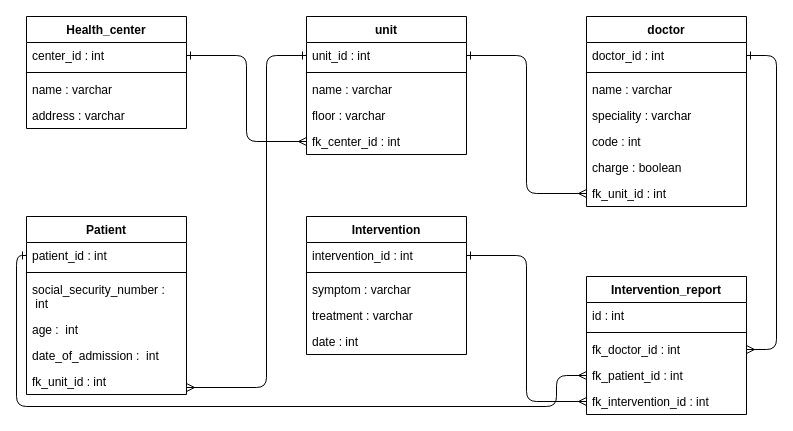
Before: page "Page-2" (2 of 2) of hospital.drawio in BarnoMamadzhanova/DB_Day1, a draw.io diagram. Source tidied: cells renumbered, new cells numbered last; positions are measured from the earlier drawing's top-left corner, leaving out a move shared by most shapes. Both pictures are drawn from the tidied source at 100%, with x=0, y=0 at pixel (16, 16).
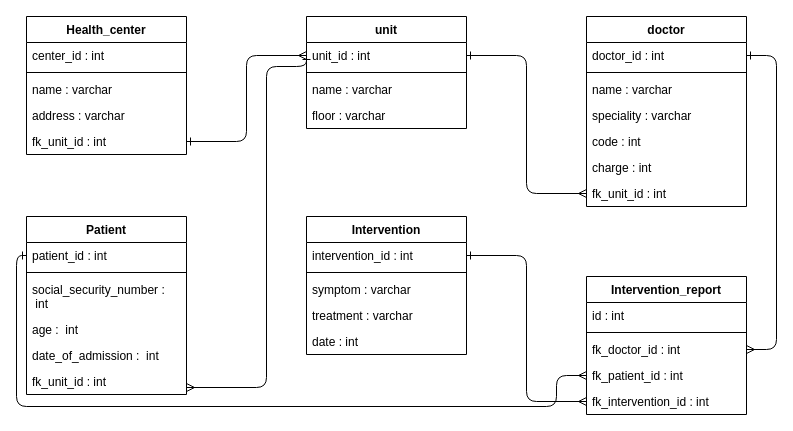
Above is the later version.

The change refers to these unchanged cells:
```xml
<mxCell id="3" value="center_id : int" style="text;strokeColor=none;fillColor=none;align=left;verticalAlign=top;spacingLeft=4;spacingRight=4;overflow=hidden;points=[[0,0.5],[1,0.5]];portConstraint=eastwest;" parent="2" vertex="1">
  <mxGeometry y="26" width="160" height="26" as="geometry" />
</mxCell>
<mxCell id="20" value="doctor" style="swimlane;fontStyle=1;align=center;verticalAlign=top;horizontal=1;startSize=26;" parent="1" vertex="1">
  <mxGeometry x="570" width="160" height="190" as="geometry" />
</mxCell>
<mxCell id="29" value="unit_id : int" style="text;strokeColor=none;fillColor=none;align=left;verticalAlign=top;spacingLeft=4;spacingRight=4;overflow=hidden;points=[[0,0.5],[1,0.5]];portConstraint=eastwest;" parent="28" vertex="1">
  <mxGeometry y="26" width="160" height="26" as="geometry" />
</mxCell>
```

Change to the diagram source:
```diff
@@
     <mxCell id="2" value="Health_center" style="swimlane;fontStyle=1;align=center;verticalAlign=top;horizontal=1;startSize=26;" parent="1" vertex="1">
-      <mxGeometry x="10" width="160" height="112" as="geometry" />
+      <mxGeometry x="10" width="160" height="138" as="geometry" />
     </mxCell>
@@
+    <mxCell id="46" value="fk_unit_id : int" style="text;strokeColor=none;fillColor=none;align=left;verticalAlign=top;spacingLeft=4;spacingRight=4;overflow=hidden;points=[[0,0.5],[1,0.5]];portConstraint=eastwest;" parent="2" vertex="1">
+      <mxGeometry y="112" width="160" height="26" as="geometry" />
+    </mxCell>
@@
-    <mxCell id="26" value="charge : boolean" style="text;strokeColor=none;fillColor=none;align=left;verticalAlign=top;spacingLeft=4;spacingRight=4;overflow=hidden;" parent="20" vertex="1">
+    <mxCell id="26" value="charge : int" style="text;strokeColor=none;fillColor=none;align=left;verticalAlign=top;spacingLeft=4;spacingRight=4;overflow=hidden;" parent="20" vertex="1">
       <mxGeometry y="138" width="160" height="26" as="geometry" />
     </mxCell>
@@
     <mxCell id="28" value="unit" style="swimlane;fontStyle=1;align=center;verticalAlign=top;horizontal=1;startSize=26;" parent="1" vertex="1">
-      <mxGeometry x="290" width="160" height="138" as="geometry" />
+      <mxGeometry x="290" width="160" height="112" as="geometry" />
     </mxCell>
@@
-    <mxCell id="33" value="fk_center_id : int" style="text;strokeColor=none;fillColor=none;align=left;verticalAlign=top;spacingLeft=4;spacingRight=4;overflow=hidden;points=[[0,0.5],[1,0.5]];portConstraint=eastwest;" parent="28" vertex="1">
-      <mxGeometry y="112" width="160" height="26" as="geometry" />
-    </mxCell>
-    <mxCell id="34" style="edgeStyle=orthogonalEdgeStyle;html=1;exitX=1;exitY=0.5;exitDx=0;exitDy=0;startArrow=ERone;startFill=0;endArrow=ERmany;endFill=0;entryX=0;entryY=0.5;entryDx=0;entryDy=0;" parent="1" edge="1" source="3" target="33">
-      <mxGeometry relative="1" as="geometry" />
-    </mxCell>
     <mxCell id="35" style="edgeStyle=orthogonalEdgeStyle;html=1;exitX=0;exitY=0.5;exitDx=0;exitDy=0;startArrow=ERone;startFill=0;endArrow=ERmany;endFill=0;" parent="1" edge="1" source="29">
       <mxGeometry relative="1" as="geometry">
         <mxPoint x="170" y="371" as="targetPoint" />
         <Array as="points">
-          <mxPoint x="250" y="39" />
+          <mxPoint x="290" y="50" />
+          <mxPoint x="250" y="50" />
           <mxPoint x="250" y="371" />
         </Array>
       </mxGeometry>
     </mxCell>
@@
+    <mxCell id="47" style="edgeStyle=orthogonalEdgeStyle;html=1;exitX=0;exitY=0.5;exitDx=0;exitDy=0;entryX=1;entryY=0.5;entryDx=0;entryDy=0;startArrow=ERmany;startFill=0;endArrow=ERone;endFill=0;" parent="1" edge="1" source="29" target="46">
+      <mxGeometry relative="1" as="geometry" />
+    </mxCell>
```
